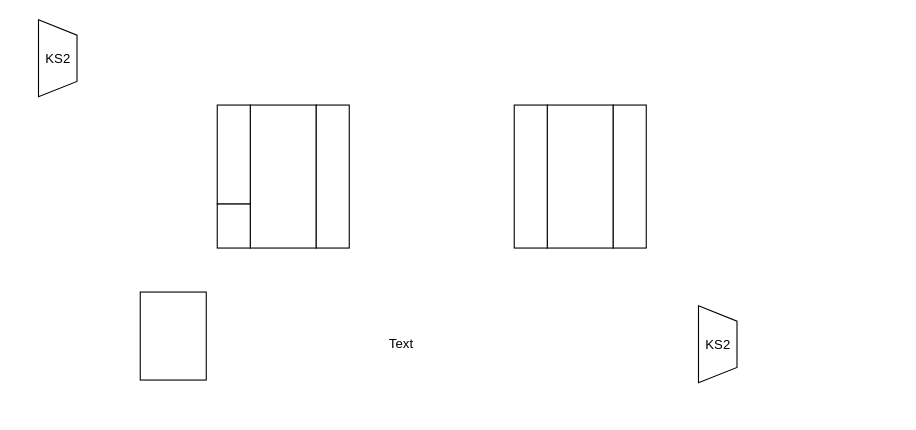
Above: draw.io/Untitled Diagram — копия.drawio in meyakovenkoj/processor-coursework (draw.io), before the change. Source tidied: cells renumbered, new cells numbered last; positions are measured from the earlier drawing's top-left corner, leaving out a move shared by most shapes. Both pictures are drawn from the tidied source at 110%, with x=0, y=0 at pixel (19, 38).
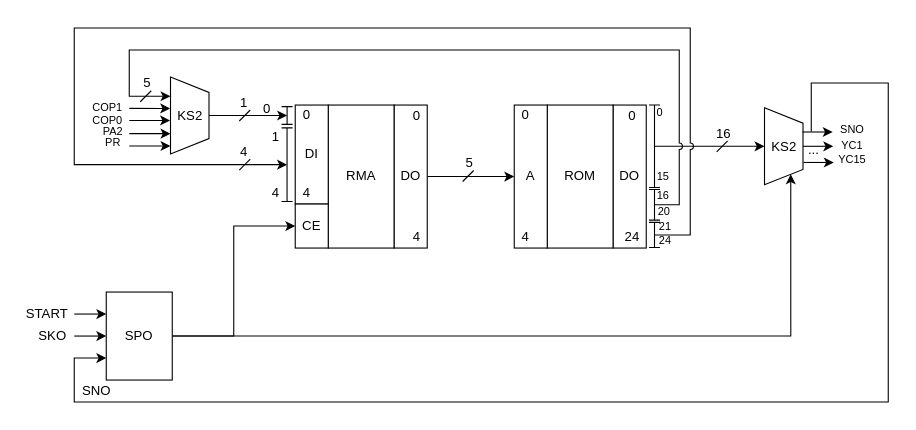
After the change.

Change to the diagram source:
```diff
@@
+    <mxCell id="13" style="edgeStyle=orthogonalEdgeStyle;rounded=0;jumpStyle=arc;jettySize=auto;html=1;entryX=0.5;entryY=0.5;entryDx=0;entryDy=0;entryPerimeter=0;" parent="1" edge="1" source="2" target="19">
+      <mxGeometry relative="1" as="geometry" />
+    </mxCell>
     <mxCell id="2" value="KS2" style="shape=trapezoid;perimeter=trapezoidPerimeter;whiteSpace=wrap;html=1;fillColor=#ffffff;rotation=90;horizontal=0;" parent="1" vertex="1">
-      <mxGeometry width="70" height="35" as="geometry" />
+      <mxGeometry x="120" y="52" width="70" height="35" as="geometry" />
     </mxCell>
-    <mxCell id="3" style="rounded=0;whiteSpace=wrap;html=1;" parent="1" vertex="1">
+    <mxCell id="3" value="ROM" style="rounded=0;whiteSpace=wrap;html=1;" parent="1" vertex="1">
       <mxGeometry x="480" y="60" width="60" height="130" as="geometry" />
     </mxCell>
-    <mxCell id="4" style="rounded=0;whiteSpace=wrap;html=1;" parent="1" vertex="1">
+    <mxCell id="4" value="DO" style="rounded=0;whiteSpace=wrap;html=1;" parent="1" vertex="1">
       <mxGeometry x="540" y="60" width="30" height="130" as="geometry" />
     </mxCell>
-    <mxCell id="5" style="rounded=0;whiteSpace=wrap;html=1;" parent="1" vertex="1">
+    <mxCell id="5" value="A" style="rounded=0;whiteSpace=wrap;html=1;" parent="1" vertex="1">
       <mxGeometry x="450" y="60" width="30" height="130" as="geometry" />
     </mxCell>
-    <mxCell id="6" style="rounded=0;whiteSpace=wrap;html=1;" parent="1" vertex="1">
-      <mxGeometry x="210" y="60" width="60" height="130" as="geometry" />
+    <mxCell id="6" value="RMA" style="rounded=0;whiteSpace=wrap;html=1;" parent="1" vertex="1">
+      <mxGeometry x="280.9" y="60" width="60" height="130" as="geometry" />
     </mxCell>
+    <mxCell id="14" style="edgeStyle=orthogonalEdgeStyle;rounded=0;jettySize=auto;html=1;entryX=0;entryY=0.5;entryDx=0;entryDy=0;" parent="1" edge="1" source="7" target="5">
+      <mxGeometry relative="1" as="geometry" />
+    </mxCell>
-    <mxCell id="7" style="rounded=0;whiteSpace=wrap;html=1;" parent="1" vertex="1">
-      <mxGeometry x="270" y="60" width="30" height="130" as="geometry" />
+    <mxCell id="7" value="DO" style="rounded=0;whiteSpace=wrap;html=1;" parent="1" vertex="1">
+      <mxGeometry x="340.9" y="60" width="30" height="130" as="geometry" />
     </mxCell>
-    <mxCell id="8" style="rounded=0;whiteSpace=wrap;html=1;" parent="1" vertex="1">
-      <mxGeometry x="180" y="60" width="30" height="90" as="geometry" />
+    <mxCell id="8" value="DI" style="rounded=0;whiteSpace=wrap;html=1;" parent="1" vertex="1">
+      <mxGeometry x="250.9" y="60" width="30" height="90" as="geometry" />
     </mxCell>
-    <mxCell id="9" style="rounded=0;whiteSpace=wrap;html=1;" parent="1" vertex="1">
-      <mxGeometry x="180" y="150" width="30" height="40" as="geometry" />
+    <mxCell id="9" value="CE" style="rounded=0;whiteSpace=wrap;html=1;" parent="1" vertex="1">
+      <mxGeometry x="250.9" y="150" width="30" height="40" as="geometry" />
     </mxCell>
+    <mxCell id="15" style="edgeStyle=orthogonalEdgeStyle;rounded=0;jettySize=auto;html=1;entryX=0;entryY=0.5;entryDx=0;entryDy=0;" parent="1" edge="1" source="10" target="9">
+      <mxGeometry relative="1" as="geometry" />
+    </mxCell>
+    <mxCell id="16" style="edgeStyle=orthogonalEdgeStyle;rounded=0;jettySize=auto;html=1;entryX=1;entryY=0.25;entryDx=0;entryDy=0;" parent="1" edge="1" source="10" target="11">
+      <mxGeometry relative="1" as="geometry" />
+    </mxCell>
-    <mxCell id="10" style="rounded=0;whiteSpace=wrap;html=1;" parent="1" vertex="1">
-      <mxGeometry x="110" y="230" width="60" height="80" as="geometry" />
+    <mxCell id="10" value="SPO" style="rounded=0;whiteSpace=wrap;html=1;" parent="1" vertex="1">
+      <mxGeometry x="79.1" y="230" width="60" height="80" as="geometry" />
     </mxCell>
+    <mxCell id="17" style="edgeStyle=orthogonalEdgeStyle;rounded=0;jumpStyle=arc;jettySize=auto;html=1;" parent="1" edge="1" source="11">
+      <mxGeometry relative="1" as="geometry">
+        <mxPoint x="740" y="97.5" as="targetPoint" />
+      </mxGeometry>
+    </mxCell>
     <mxCell id="11" value="KS2" style="shape=trapezoid;perimeter=trapezoidPerimeter;whiteSpace=wrap;html=1;fillColor=#ffffff;rotation=90;horizontal=0;" parent="1" vertex="1">
-      <mxGeometry x="600" y="260" width="70" height="35" as="geometry" />
+      <mxGeometry x="660" y="80" width="70" height="35" as="geometry" />
     </mxCell>
-    <mxCell id="12" value="Text" style="text;html=1;align=center;verticalAlign=middle;" parent="1" vertex="1">
-      <mxGeometry x="327" y="267" width="40" height="20" as="geometry" />
-    </mxCell>
+    <mxCell id="18" style="shape=crossbar;whiteSpace=wrap;html=1;rounded=1;fontSize=12;rotation=90;" parent="1" vertex="1">
+      <mxGeometry x="210" y="109.2" width="66.9" height="10" as="geometry" />
+    </mxCell>
+    <mxCell id="19" style="shape=crossbar;whiteSpace=wrap;html=1;rounded=1;fontSize=12;rotation=90;" parent="1" vertex="1">
+      <mxGeometry x="235.4" y="64.5" width="16.2" height="10" as="geometry" />
+    </mxCell>
+    <mxCell id="20" style="edgeStyle=orthogonalEdgeStyle;rounded=0;jettySize=auto;html=1;exitX=0.5;exitY=0.5;exitDx=0;exitDy=0;exitPerimeter=0;entryX=0.5;entryY=1;entryDx=0;entryDy=0;jumpStyle=arc;" parent="1" edge="1" source="21" target="11">
+      <mxGeometry relative="1" as="geometry" />
+    </mxCell>
+    <mxCell id="21" style="shape=crossbar;whiteSpace=wrap;html=1;rounded=1;fontSize=12;rotation=90;" parent="1" vertex="1">
+      <mxGeometry x="540" y="92.5" width="75" height="10" as="geometry" />
+    </mxCell>
+    <mxCell id="22" style="edgeStyle=orthogonalEdgeStyle;rounded=0;jettySize=auto;html=1;exitX=0.5;exitY=0.5;exitDx=0;exitDy=0;exitPerimeter=0;entryX=0.25;entryY=1;entryDx=0;entryDy=0;jumpStyle=arc;" parent="1" edge="1" source="23" target="2">
+      <mxGeometry relative="1" as="geometry">
+        <Array as="points">
+          <mxPoint x="600" y="151" />
+          <mxPoint x="600" y="10" />
+          <mxPoint x="100" y="10" />
+          <mxPoint x="100" y="52" />
+        </Array>
+      </mxGeometry>
+    </mxCell>
+    <mxCell id="23" style="shape=crossbar;whiteSpace=wrap;html=1;rounded=1;fontSize=12;rotation=90;" parent="1" vertex="1">
+      <mxGeometry x="563.6" y="145.7" width="27.8" height="10" as="geometry" />
+    </mxCell>
+    <mxCell id="24" style="edgeStyle=orthogonalEdgeStyle;rounded=0;jettySize=auto;html=1;exitX=0.5;exitY=0.5;exitDx=0;exitDy=0;exitPerimeter=0;entryX=0.5;entryY=0.5;entryDx=0;entryDy=0;entryPerimeter=0;jumpStyle=arc;" parent="1" edge="1" source="25" target="18">
+      <mxGeometry relative="1" as="geometry">
+        <Array as="points">
+          <mxPoint x="610" y="178" />
+          <mxPoint x="610" y="-10" />
+          <mxPoint x="50" y="-10" />
+          <mxPoint x="50" y="114" />
+        </Array>
+      </mxGeometry>
+    </mxCell>
+    <mxCell id="25" style="shape=crossbar;whiteSpace=wrap;html=1;rounded=1;fontSize=12;rotation=90;" parent="1" vertex="1">
+      <mxGeometry x="566.1" y="173.1" width="22.8" height="10" as="geometry" />
+    </mxCell>
+    <mxCell id="26" style="endArrow=classic;html=1;entryX=0.409;entryY=1.008;entryDx=0;entryDy=0;entryPerimeter=0;" parent="1" edge="1">
+      <mxGeometry relative="1" as="geometry">
+        <mxPoint x="100" y="63" as="sourcePoint" />
+        <mxPoint x="137.2" y="63.1" as="targetPoint" />
+      </mxGeometry>
+    </mxCell>
+    <mxCell id="27" style="endArrow=classic;html=1;" parent="1" edge="1">
+      <mxGeometry relative="1" as="geometry">
+        <mxPoint x="100" y="74" as="sourcePoint" />
+        <mxPoint x="137.1" y="74" as="targetPoint" />
+      </mxGeometry>
+    </mxCell>
+    <mxCell id="28" style="endArrow=classic;html=1;entryX=0.75;entryY=1;entryDx=0;entryDy=0;" parent="1" edge="1">
+      <mxGeometry relative="1" as="geometry">
+        <mxPoint x="100" y="86" as="sourcePoint" />
+        <mxPoint x="137.5" y="86" as="targetPoint" />
+      </mxGeometry>
+    </mxCell>
+    <mxCell id="29" style="endArrow=classic;html=1;entryX=0.75;entryY=1;entryDx=0;entryDy=0;" parent="1" edge="1">
+      <mxGeometry relative="1" as="geometry">
+        <mxPoint x="100" y="97.2" as="sourcePoint" />
+        <mxPoint x="137.5" y="97.2" as="targetPoint" />
+      </mxGeometry>
+    </mxCell>
+    <mxCell id="30" value="&lt;font style=&quot;font-size: 10px&quot;&gt;COP0&lt;/font&gt;" style="text;html=1;align=center;verticalAlign=middle;" parent="1" vertex="1">
+      <mxGeometry x="60" y="63.5" width="40" height="20" as="geometry" />
+    </mxCell>
+    <mxCell id="31" value="&lt;font style=&quot;font-size: 10px&quot;&gt;COP1&lt;/font&gt;" style="text;html=1;align=center;verticalAlign=middle;" parent="1" vertex="1">
+      <mxGeometry x="60" y="51.9" width="40" height="20" as="geometry" />
+    </mxCell>
+    <mxCell id="32" value="&lt;font style=&quot;font-size: 10px&quot;&gt;PR&lt;/font&gt;" style="text;html=1;align=center;verticalAlign=middle;" parent="1" vertex="1">
+      <mxGeometry x="70" y="84.4" width="30" height="20" as="geometry" />
+    </mxCell>
+    <mxCell id="33" value="&lt;font style=&quot;font-size: 10px&quot;&gt;PA2&lt;/font&gt;" style="text;html=1;align=center;verticalAlign=middle;" parent="1" vertex="1">
+      <mxGeometry x="70" y="74.4" width="30" height="20" as="geometry" />
+    </mxCell>
+    <mxCell id="34" style="endArrow=none;html=1;" parent="1" edge="1">
+      <mxGeometry relative="1" as="geometry">
+        <mxPoint x="110" y="57" as="sourcePoint" />
+        <mxPoint x="120" y="47" as="targetPoint" />
+      </mxGeometry>
+    </mxCell>
+    <mxCell id="35" value="5" style="text;html=1;align=center;verticalAlign=middle;" parent="1" vertex="1">
+      <mxGeometry x="106" y="30" width="20" height="20" as="geometry" />
+    </mxCell>
+    <mxCell id="36" style="endArrow=none;html=1;" parent="1" edge="1">
+      <mxGeometry relative="1" as="geometry">
+        <mxPoint x="200" y="119.2" as="sourcePoint" />
+        <mxPoint x="210" y="109.2" as="targetPoint" />
+      </mxGeometry>
+    </mxCell>
+    <mxCell id="37" value="4" style="text;html=1;align=center;verticalAlign=middle;" parent="1" vertex="1">
+      <mxGeometry x="194" y="92.5" width="20" height="20" as="geometry" />
+    </mxCell>
+    <mxCell id="38" style="endArrow=none;html=1;" parent="1" edge="1">
+      <mxGeometry relative="1" as="geometry">
+        <mxPoint x="403.1" y="129.5" as="sourcePoint" />
+        <mxPoint x="413.1" y="119.5" as="targetPoint" />
+      </mxGeometry>
+    </mxCell>
+    <mxCell id="39" value="5" style="text;html=1;align=center;verticalAlign=middle;" parent="1" vertex="1">
+      <mxGeometry x="399.1" y="102.5" width="20" height="20" as="geometry" />
+    </mxCell>
+    <mxCell id="40" style="endArrow=none;html=1;" parent="1" edge="1">
+      <mxGeometry relative="1" as="geometry">
+        <mxPoint x="634" y="102.5" as="sourcePoint" />
+        <mxPoint x="644" y="92.5" as="targetPoint" />
+      </mxGeometry>
+    </mxCell>
+    <mxCell id="41" value="16" style="text;html=1;align=center;verticalAlign=middle;" parent="1" vertex="1">
+      <mxGeometry x="625" y="75.5" width="30" height="20" as="geometry" />
+    </mxCell>
+    <mxCell id="42" style="endArrow=classic;html=1;entryX=0;entryY=0.25;entryDx=0;entryDy=0;" parent="1" edge="1" target="10">
+      <mxGeometry relative="1" as="geometry">
+        <mxPoint x="50" y="250" as="sourcePoint" />
+      </mxGeometry>
+    </mxCell>
+    <mxCell id="43" style="endArrow=classic;html=1;entryX=0;entryY=0.5;entryDx=0;entryDy=0;" parent="1" edge="1" target="10">
+      <mxGeometry relative="1" as="geometry">
+        <mxPoint x="50" y="270" as="sourcePoint" />
+      </mxGeometry>
+    </mxCell>
+    <mxCell id="44" style="edgeStyle=orthogonalEdgeStyle;rounded=0;jumpStyle=arc;orthogonalLoop=1;jettySize=auto;html=1;" parent="1" edge="1">
+      <mxGeometry relative="1" as="geometry">
+        <mxPoint x="713" y="112.2" as="sourcePoint" />
+        <mxPoint x="740.5" y="112.2" as="targetPoint" />
+      </mxGeometry>
+    </mxCell>
+    <mxCell id="45" value="..." style="text;html=1;align=center;verticalAlign=middle;" parent="1" vertex="1">
+      <mxGeometry x="707" y="91.2" width="30" height="20" as="geometry" />
+    </mxCell>
+    <mxCell id="46" style="edgeStyle=orthogonalEdgeStyle;rounded=0;jumpStyle=arc;orthogonalLoop=1;jettySize=auto;html=1;" parent="1" edge="1">
+      <mxGeometry relative="1" as="geometry">
+        <mxPoint x="712" y="84.5" as="sourcePoint" />
+        <mxPoint x="739.5" y="84.5" as="targetPoint" />
+      </mxGeometry>
+    </mxCell>
+    <mxCell id="47" style="endArrow=classic;html=1;entryX=0;entryY=0.75;entryDx=0;entryDy=0;rounded=0;" parent="1" edge="1" target="10">
+      <mxGeometry relative="1" as="geometry">
+        <mxPoint x="720" y="84" as="sourcePoint" />
+        <Array as="points">
+          <mxPoint x="720" y="40" />
+          <mxPoint x="790" y="40" />
+          <mxPoint x="790" y="330" />
+          <mxPoint x="50" y="330" />
+          <mxPoint x="50" y="290" />
+        </Array>
+      </mxGeometry>
+    </mxCell>
+    <mxCell id="48" value="START" style="text;html=1;align=center;verticalAlign=middle;" parent="1" vertex="1">
+      <mxGeometry y="240" width="50" height="20" as="geometry" />
+    </mxCell>
+    <mxCell id="49" value="SKO" style="text;html=1;align=center;verticalAlign=middle;" parent="1" vertex="1">
+      <mxGeometry x="10" y="260" width="40" height="20" as="geometry" />
+    </mxCell>
+    <mxCell id="50" value="SNO" style="text;html=1;align=center;verticalAlign=middle;" parent="1" vertex="1">
+      <mxGeometry x="50" y="310" width="40" height="20" as="geometry" />
+    </mxCell>
+    <mxCell id="51" value="0" style="text;html=1;align=center;verticalAlign=middle;" parent="1" vertex="1">
+      <mxGeometry x="450" y="59.4" width="20" height="20" as="geometry" />
+    </mxCell>
+    <mxCell id="52" value="4" style="text;html=1;align=center;verticalAlign=middle;" parent="1" vertex="1">
+      <mxGeometry x="450" y="170" width="20" height="20" as="geometry" />
+    </mxCell>
+    <mxCell id="53" value="0" style="text;html=1;align=center;verticalAlign=middle;" parent="1" vertex="1">
+      <mxGeometry x="350.9" y="59.5" width="20" height="20" as="geometry" />
+    </mxCell>
+    <mxCell id="54" value="4" style="text;html=1;align=center;verticalAlign=middle;" parent="1" vertex="1">
+      <mxGeometry x="350.9" y="170" width="20" height="20" as="geometry" />
+    </mxCell>
+    <mxCell id="55" value="4" style="text;html=1;align=center;verticalAlign=middle;" parent="1" vertex="1">
+      <mxGeometry x="250.9" y="130" width="20" height="20" as="geometry" />
+    </mxCell>
+    <mxCell id="56" value="0" style="text;html=1;align=center;verticalAlign=middle;" parent="1" vertex="1">
+      <mxGeometry x="250.9" y="59.4" width="20" height="20" as="geometry" />
+    </mxCell>
+    <mxCell id="57" value="1" style="text;html=1;align=center;verticalAlign=middle;" parent="1" vertex="1">
+      <mxGeometry x="223" y="79.4" width="20" height="20" as="geometry" />
+    </mxCell>
+    <mxCell id="58" value="4" style="text;html=1;align=center;verticalAlign=middle;" parent="1" vertex="1">
+      <mxGeometry x="223" y="130" width="20" height="20" as="geometry" />
+    </mxCell>
+    <mxCell id="59" value="0" style="text;html=1;align=center;verticalAlign=middle;" parent="1" vertex="1">
+      <mxGeometry x="215.4" y="53.5" width="20" height="20" as="geometry" />
+    </mxCell>
+    <mxCell id="60" value="0" style="text;html=1;align=center;verticalAlign=middle;fontSize=10;" parent="1" vertex="1">
+      <mxGeometry x="572.4" y="55.5" width="20" height="20" as="geometry" />
+    </mxCell>
+    <mxCell id="61" value="15" style="text;html=1;align=center;verticalAlign=middle;fontSize=10;" parent="1" vertex="1">
+      <mxGeometry x="570" y="115" width="30" height="20" as="geometry" />
+    </mxCell>
+    <mxCell id="62" value="16" style="text;html=1;align=center;verticalAlign=middle;fontSize=10;" parent="1" vertex="1">
+      <mxGeometry x="570.4" y="132" width="30" height="20" as="geometry" />
+    </mxCell>
+    <mxCell id="63" value="20" style="text;html=1;align=center;verticalAlign=middle;fontSize=10;" parent="1" vertex="1">
+      <mxGeometry x="571" y="145.7" width="30" height="20" as="geometry" />
+    </mxCell>
+    <mxCell id="64" value="21" style="text;html=1;align=center;verticalAlign=middle;fontSize=10;" parent="1" vertex="1">
+      <mxGeometry x="572" y="160" width="30" height="20" as="geometry" />
+    </mxCell>
+    <mxCell id="65" value="24" style="text;html=1;align=center;verticalAlign=middle;fontSize=10;" parent="1" vertex="1">
+      <mxGeometry x="572.4" y="173.1" width="30" height="20" as="geometry" />
+    </mxCell>
+    <mxCell id="66" value="24" style="text;html=1;align=center;verticalAlign=middle;fontSize=12;" parent="1" vertex="1">
+      <mxGeometry x="542.4" y="170" width="30" height="20" as="geometry" />
+    </mxCell>
+    <mxCell id="67" value="0" style="text;html=1;align=center;verticalAlign=middle;fontSize=12;" parent="1" vertex="1">
+      <mxGeometry x="547.4" y="60" width="20" height="20" as="geometry" />
+    </mxCell>
+    <mxCell id="68" style="endArrow=none;html=1;" parent="1" edge="1">
+      <mxGeometry relative="1" as="geometry">
+        <mxPoint x="200" y="74.5" as="sourcePoint" />
+        <mxPoint x="210" y="64.5" as="targetPoint" />
+      </mxGeometry>
+    </mxCell>
+    <mxCell id="69" value="1" style="text;html=1;align=center;verticalAlign=middle;" parent="1" vertex="1">
+      <mxGeometry x="194" y="47.8" width="20" height="20" as="geometry" />
+    </mxCell>
+    <mxCell id="70" value="&lt;font style=&quot;font-size: 10px&quot;&gt;SNO&lt;/font&gt;" style="text;html=1;align=center;verticalAlign=middle;fontSize=12;" parent="1" vertex="1">
+      <mxGeometry x="737" y="71.9" width="40" height="20" as="geometry" />
+    </mxCell>
+    <mxCell id="71" value="&lt;font style=&quot;font-size: 10px&quot;&gt;YC1&lt;/font&gt;" style="text;html=1;align=center;verticalAlign=middle;fontSize=12;" parent="1" vertex="1">
+      <mxGeometry x="742" y="86.4" width="30" height="20" as="geometry" />
+    </mxCell>
+    <mxCell id="72" value="&lt;font style=&quot;font-size: 10px&quot;&gt;YC15&lt;/font&gt;" style="text;html=1;align=center;verticalAlign=middle;fontSize=12;" parent="1" vertex="1">
+      <mxGeometry x="737" y="99.2" width="40" height="20" as="geometry" />
+    </mxCell>
```
